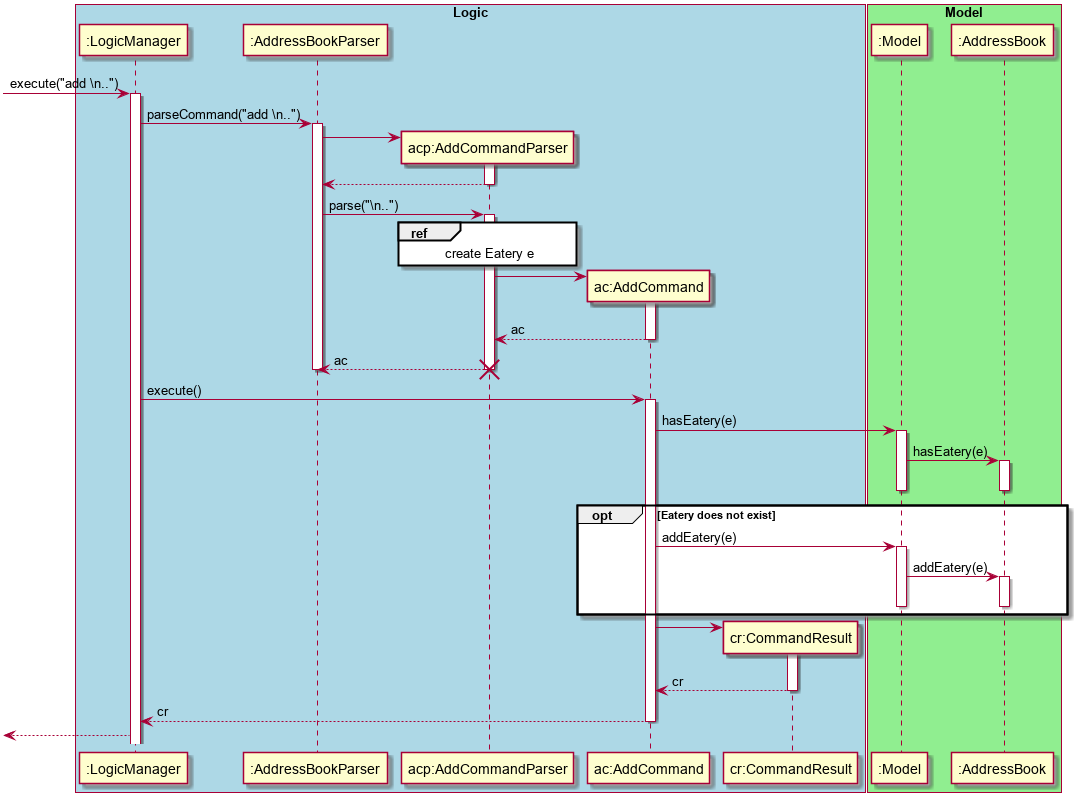
Above: docs/images/add-sd.PNG in AY1920S1-CS2103T-W11-3/main (PlantUML), before the change.
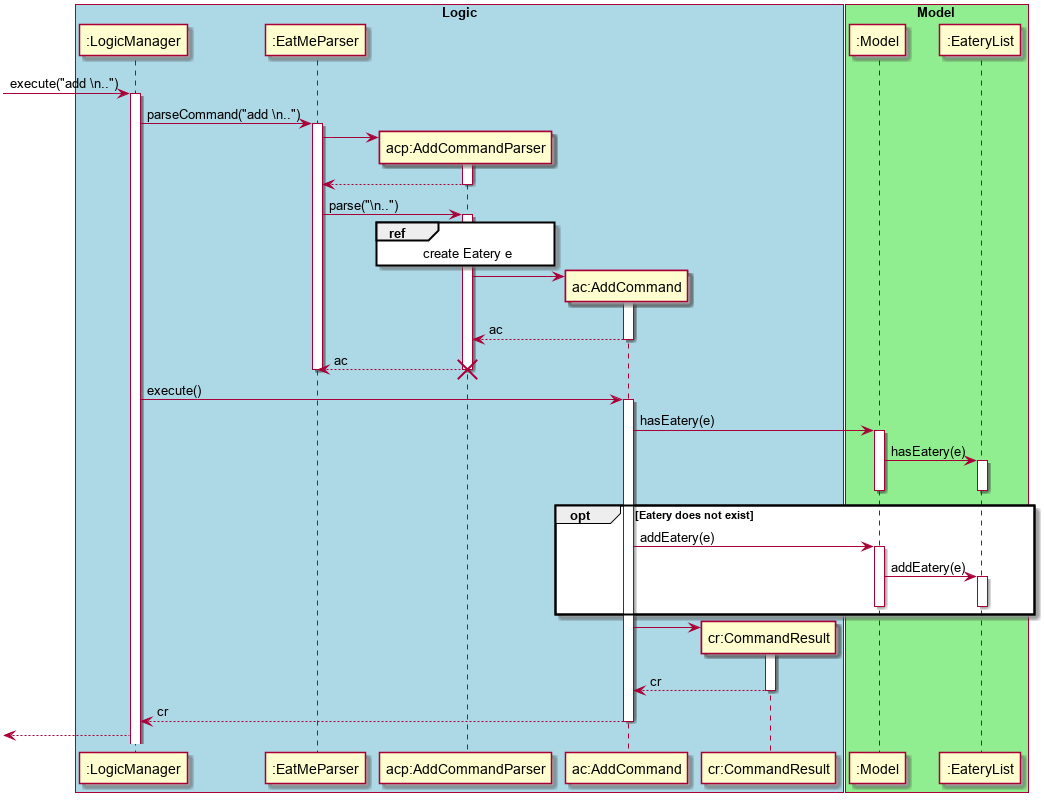
The same diagram one commit later.

Diff of the diagram source:
```diff
@@ -2,7 +2,7 @@
 
 box "Logic" #LightBlue
 	participant ":LogicManager"
-	participant ":AddressBookParser"
+	participant ":EatMeParser"
 	participant "acp:AddCommandParser"
 	participant "ac:AddCommand"
 	participant "cr:CommandResult"
@@ -10,23 +10,23 @@
 
 box "Model" #LightGreen
 	participant ":Model"
-	participant ":AddressBook"
+	participant ":EateryList"
 end box
 
 
 [-> ":LogicManager" : execute("add \\n..")
 activate ":LogicManager"
 
-":LogicManager" -> ":AddressBookParser" : parseCommand("add \\n..")
-activate ":AddressBookParser"
+":LogicManager" -> ":EatMeParser" : parseCommand("add \\n..")
+activate ":EatMeParser"
 
 create "acp:AddCommandParser"
-":AddressBookParser" -> "acp:AddCommandParser"
+":EatMeParser" -> "acp:AddCommandParser"
 activate "acp:AddCommandParser"
-"acp:AddCommandParser" --> ":AddressBookParser"
+"acp:AddCommandParser" --> ":EatMeParser"
 deactivate "acp:AddCommandParser"
 
-":AddressBookParser" -> "acp:AddCommandParser" : parse("\\n..")
+":EatMeParser" -> "acp:AddCommandParser" : parse("\\n..")
 activate "acp:AddCommandParser"
 ref over "acp:AddCommandParser" : create Eatery e
 
@@ -36,27 +36,27 @@
 "ac:AddCommand" --> "acp:AddCommandParser" : ac
 deactivate "ac:AddCommand"
 
-"acp:AddCommandParser" --> ":AddressBookParser" : ac
+"acp:AddCommandParser" --> ":EatMeParser" : ac
 deactivate "acp:AddCommandParser"
 destroy "acp:AddCommandParser"
-deactivate ":AddressBookParser"
+deactivate ":EatMeParser"
 
 ":LogicManager" -> "ac:AddCommand" : execute()
 activate "ac:AddCommand"
 "ac:AddCommand" -> ":Model" : hasEatery(e)
 activate ":Model"
-":Model" -> ":AddressBook" : hasEatery(e)
-activate ":AddressBook"
+":Model" -> ":EateryList" : hasEatery(e)
+activate ":EateryList"
 deactivate ":Model"
-deactivate ":AddressBook"
+deactivate ":EateryList"
 
 opt Eatery does not exist
 	"ac:AddCommand" -> ":Model" : addEatery(e)
 	activate ":Model"
-	":Model" -> ":AddressBook" : addEatery(e)
-	activate ":AddressBook"
+	":Model" -> ":EateryList" : addEatery(e)
+	activate ":EateryList"
 	deactivate ":Model"
-	deactivate ":AddressBook"
+	deactivate ":EateryList"
 end
 
 create "cr:CommandResult"
```
